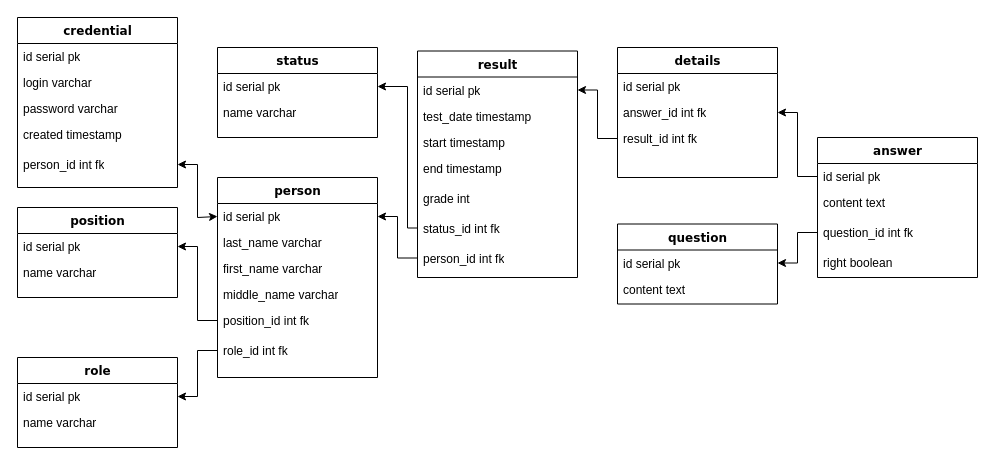
The draw.io diagram src/db_sheme.drawio in lapin-anton/granat_quiz, before the edit. Source tidied: cells renumbered, new cells numbered last; positions are measured from the earlier drawing's top-left corner, leaving out a move shared by most shapes. Both pictures are drawn from the tidied source at 100%, with x=0, y=0 at pixel (17, 17).
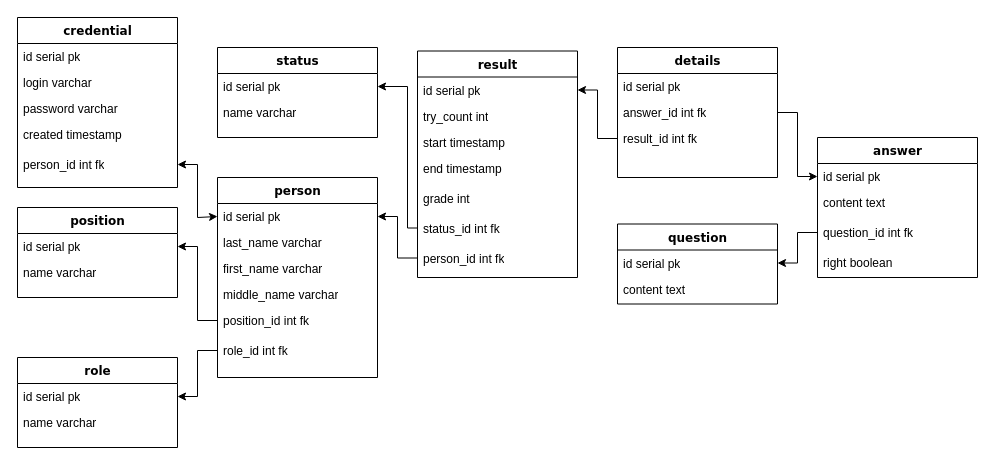
The same diagram, later.

The change refers to these unchanged cells:
```xml
<mxCell id="18" value="result" style="swimlane;html=1;fontStyle=1;align=center;verticalAlign=top;horizontal=1;startSize=26;swimlaneFillColor=#ffffff;rounded=0;shadow=0;comic=0;labelBackgroundColor=none;strokeWidth=1;fillColor=none;fontFamily=Verdana;fontSize=12;" parent="1" vertex="1">
  <mxGeometry x="400" y="33.5" width="160" height="226.5" as="geometry" />
</mxCell>
<mxCell id="33" value="answer_id int fk" style="text;html=1;strokeColor=none;fillColor=none;align=left;verticalAlign=top;spacingLeft=4;spacingRight=4;whiteSpace=wrap;overflow=hidden;points=[[0,0.5],[1,0.5]];portConstraint=eastwest;" parent="31" vertex="1">
  <mxGeometry y="52" width="160" height="26" as="geometry" />
</mxCell>
<mxCell id="39" value="id serial pk" style="text;html=1;strokeColor=none;fillColor=none;align=left;verticalAlign=top;spacingLeft=4;spacingRight=4;whiteSpace=wrap;overflow=hidden;points=[[0,0.5],[1,0.5]];portConstraint=eastwest;" parent="38" vertex="1">
  <mxGeometry y="26" width="160" height="26" as="geometry" />
</mxCell>
```

Diff of the diagram source:
```diff
@@
-    <mxCell id="20" value="test_date timestamp" style="text;html=1;strokeColor=none;fillColor=none;align=left;verticalAlign=top;spacingLeft=4;spacingRight=4;whiteSpace=wrap;overflow=hidden;" parent="18" vertex="1">
+    <mxCell id="20" value="try_count int" style="text;html=1;strokeColor=none;fillColor=none;align=left;verticalAlign=top;spacingLeft=4;spacingRight=4;whiteSpace=wrap;overflow=hidden;" parent="18" vertex="1">
       <mxGeometry y="52" width="160" height="26" as="geometry" />
     </mxCell>
@@
-    <mxCell id="50" style="edgeStyle=orthogonalEdgeStyle;rounded=0;jettySize=auto;html=1;exitX=0;exitY=0.5;exitDx=0;exitDy=0;entryX=1;entryY=0.5;entryDx=0;entryDy=0;" parent="1" edge="1" source="39" target="33">
-      <mxGeometry relative="1" as="geometry" />
-    </mxCell>
@@
+    <mxCell id="52" style="edgeStyle=orthogonalEdgeStyle;rounded=0;jettySize=auto;html=1;exitX=1;exitY=0.5;exitDx=0;exitDy=0;entryX=0;entryY=0.5;entryDx=0;entryDy=0;" parent="1" edge="1" source="33" target="39">
+      <mxGeometry relative="1" as="geometry" />
+    </mxCell>
```
